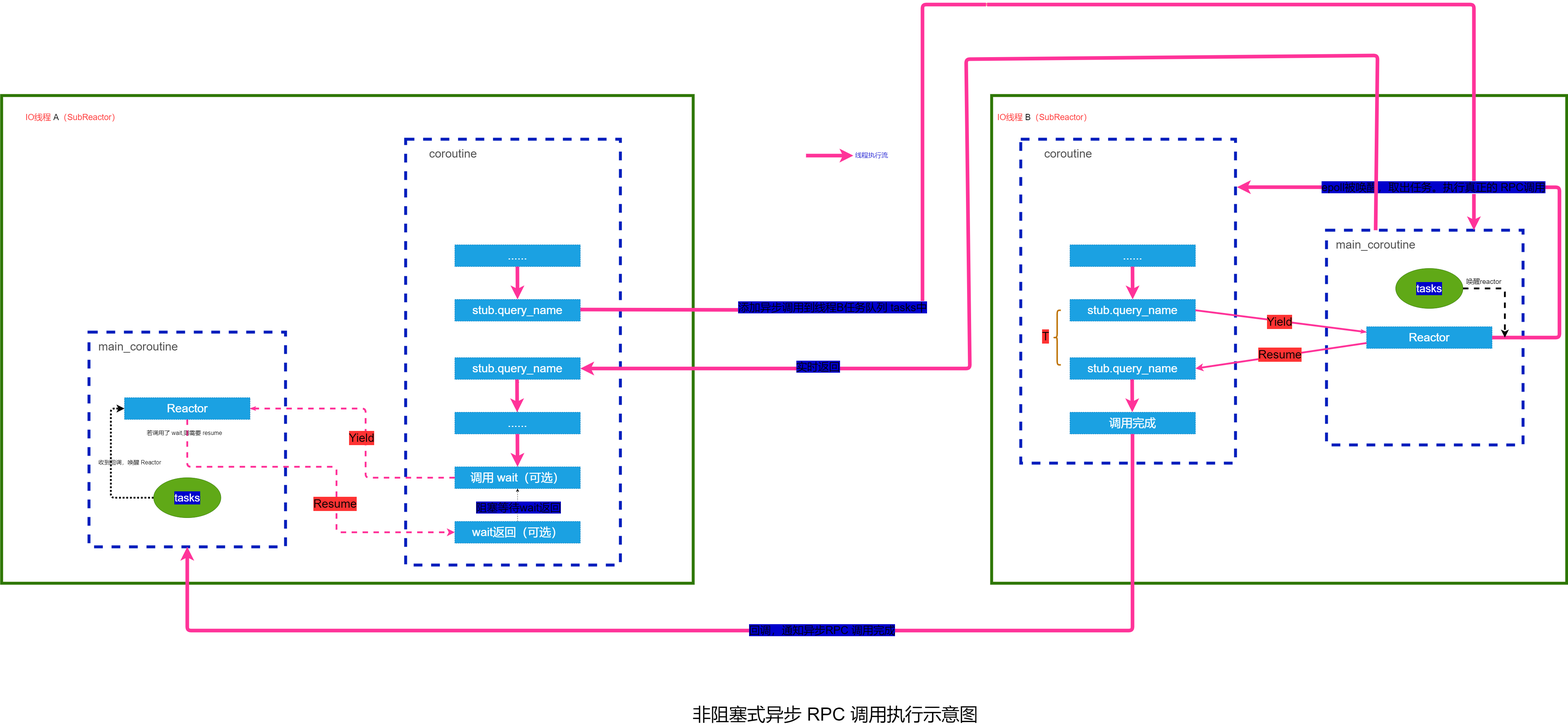
Gooddbird/tinyrpc keeps this draw.io diagram as imgs/nonblock_async_call.drawio.png. Above is the earlier version. Source tidied: cells renumbered, new cells last; positions are measured from the earlier drawing's top-left corner, leaving out a move shared by most shapes.
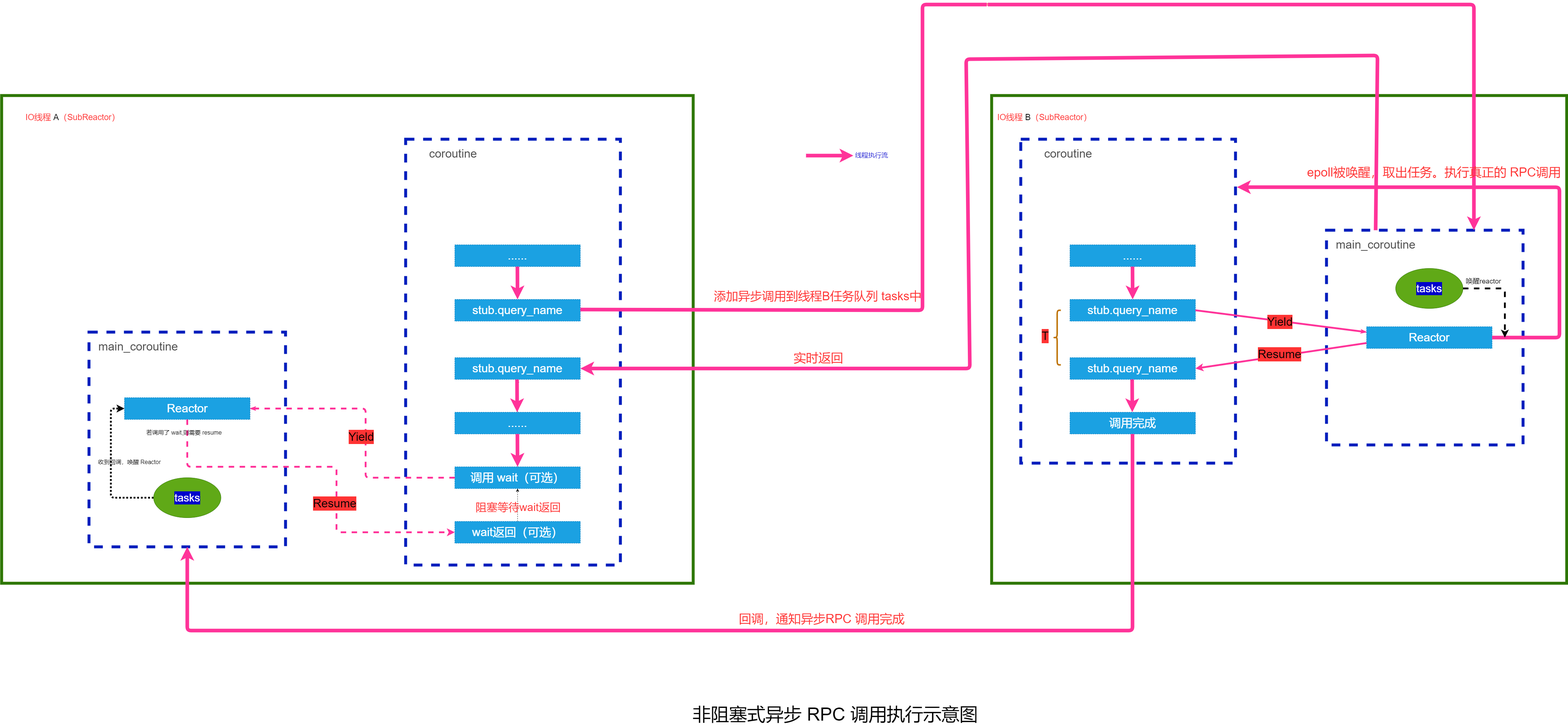
Above is the later version.

What changed in the source:
```diff
@@ -125,9 +125,9 @@
         </Array>
       </mxGeometry>
     </mxCell>
-    <mxCell id="35" value="&lt;font style=&quot;font-size: 30px ; background-color: rgb(0 , 0 , 204)&quot;&gt;添加异步调用到线程B任务队列 tasks中&lt;/font&gt;" style="edgeLabel;html=1;align=center;verticalAlign=middle;fontSize=27;" parent="34" vertex="1">
+    <mxCell id="35" value="&lt;font style=&quot;font-size: 33px;&quot; color=&quot;#ff3333&quot;&gt;添加异步调用到线程B任务队列 tasks中&lt;/font&gt;" style="edgeLabel;html=1;align=center;verticalAlign=middle;fontSize=33;labelBackgroundColor=none;fontColor=#000000;" parent="34" vertex="1">
       <mxGeometry x="-0.6" y="1" relative="1" as="geometry">
-        <mxPoint x="-85" y="-9" as="offset" />
+        <mxPoint x="-125" y="-39" as="offset" />
       </mxGeometry>
     </mxCell>
     <mxCell id="36" style="edgeStyle=none;html=1;exitX=0.5;exitY=1;exitDx=0;exitDy=0;fontSize=11;fontColor=#FF3333;strokeColor=#FF3399;strokeWidth=10;entryX=1.007;entryY=0.148;entryDx=0;entryDy=0;entryPerimeter=0;" parent="1" edge="1" target="16">
@@ -139,9 +139,9 @@
         </Array>
       </mxGeometry>
     </mxCell>
-    <mxCell id="37" value="&lt;span style=&quot;background-color: rgb(0 , 0 , 204)&quot;&gt;epoll被唤醒，取出任务。执行真正的 RPC调用&lt;/span&gt;" style="edgeLabel;html=1;align=center;verticalAlign=middle;fontSize=30;" parent="36" vertex="1">
+    <mxCell id="37" value="&lt;span style=&quot;&quot;&gt;&lt;font style=&quot;font-size: 34px&quot;&gt;epoll被唤醒，取出任务。执行真正的 RPC调用&lt;/font&gt;&lt;/span&gt;" style="edgeLabel;html=1;align=center;verticalAlign=middle;fontSize=30;labelBackgroundColor=none;fontColor=#FF3333;" parent="36" vertex="1">
       <mxGeometry x="0.26" y="3" relative="1" as="geometry">
-        <mxPoint x="-10" y="-5" as="offset" />
+        <mxPoint x="-10" y="-45" as="offset" />
       </mxGeometry>
     </mxCell>
     <mxCell id="38" style="edgeStyle=none;html=1;exitX=0.25;exitY=0;exitDx=0;exitDy=0;fontSize=11;fontColor=#FF3333;strokeColor=#FF3399;strokeWidth=10;entryX=1;entryY=0.5;entryDx=0;entryDy=0;" parent="1" edge="1" source="19" target="10">
@@ -153,9 +153,9 @@
         </Array>
       </mxGeometry>
     </mxCell>
-    <mxCell id="39" value="&lt;span style=&quot;background-color: rgb(0 , 0 , 204)&quot;&gt;实时返回&lt;/span&gt;" style="edgeLabel;html=1;align=center;verticalAlign=middle;fontSize=30;" parent="38" vertex="1">
+    <mxCell id="39" value="&lt;span style=&quot;font-size: 34px;&quot;&gt;实时返回&lt;/span&gt;" style="edgeLabel;html=1;align=center;verticalAlign=middle;fontSize=34;labelBackgroundColor=none;fontColor=#FF3333;" parent="38" vertex="1">
       <mxGeometry x="0.63" y="5" relative="1" as="geometry">
-        <mxPoint x="1" y="-12" as="offset" />
+        <mxPoint x="1" y="-35" as="offset" />
       </mxGeometry>
     </mxCell>
     <mxCell id="40" style="edgeStyle=none;html=1;exitX=1;exitY=0.5;exitDx=0;exitDy=0;dashed=1;fontSize=16;fontColor=#000000;strokeColor=#000000;strokeWidth=5;" parent="1" edge="1" source="42">
@@ -192,7 +192,7 @@
     <mxCell id="47" value="wait返回（可选）" style="rounded=0;whiteSpace=wrap;html=1;dashed=1;fontSize=32;fillColor=#1ba1e2;fontColor=#ffffff;strokeColor=#006EAF;" parent="1" vertex="1">
       <mxGeometry x="1245" y="1420" width="345" height="60" as="geometry" />
     </mxCell>
-    <mxCell id="48" value="&lt;span style=&quot;background-color: rgb(0 , 0 , 204)&quot;&gt;阻塞等待wait返回&lt;/span&gt;" style="edgeLabel;html=1;align=center;verticalAlign=middle;fontSize=30;" parent="1" vertex="1">
+    <mxCell id="48" value="&lt;font color=&quot;#ff3333&quot;&gt;阻塞等待wait返回&lt;/font&gt;" style="edgeLabel;html=1;align=center;verticalAlign=middle;fontSize=30;labelBackgroundColor=none;" parent="1" vertex="1">
       <mxGeometry x="1417.5" y="1380" as="geometry" />
     </mxCell>
     <mxCell id="49" value="&lt;font color=&quot;#000000&quot;&gt;&lt;br&gt;&lt;/font&gt;" style="rounded=0;whiteSpace=wrap;html=1;strokeWidth=8;fillColor=none;fontColor=#ffffff;strokeColor=#001DBC;dashed=1;" parent="1" vertex="1">
@@ -256,8 +256,8 @@
         </Array>
       </mxGeometry>
     </mxCell>
-    <mxCell id="60" value="&lt;span style=&quot;background-color: rgb(0 , 0 , 204)&quot;&gt;回调，通知异步RPC 调用完成&lt;/span&gt;" style="edgeLabel;html=1;align=center;verticalAlign=middle;fontSize=30;" parent="1" vertex="1">
-      <mxGeometry x="2270" y="1710" as="geometry">
+    <mxCell id="60" value="&lt;font style=&quot;font-size: 34px&quot; color=&quot;#ff3333&quot;&gt;回调，通知异步RPC 调用完成&lt;/font&gt;" style="edgeLabel;html=1;align=center;verticalAlign=middle;fontSize=30;labelBackgroundColor=none;" parent="1" vertex="1">
+      <mxGeometry x="2270" y="1680" as="geometry">
         <mxPoint x="-18" y="7" as="offset" />
       </mxGeometry>
     </mxCell>
```
